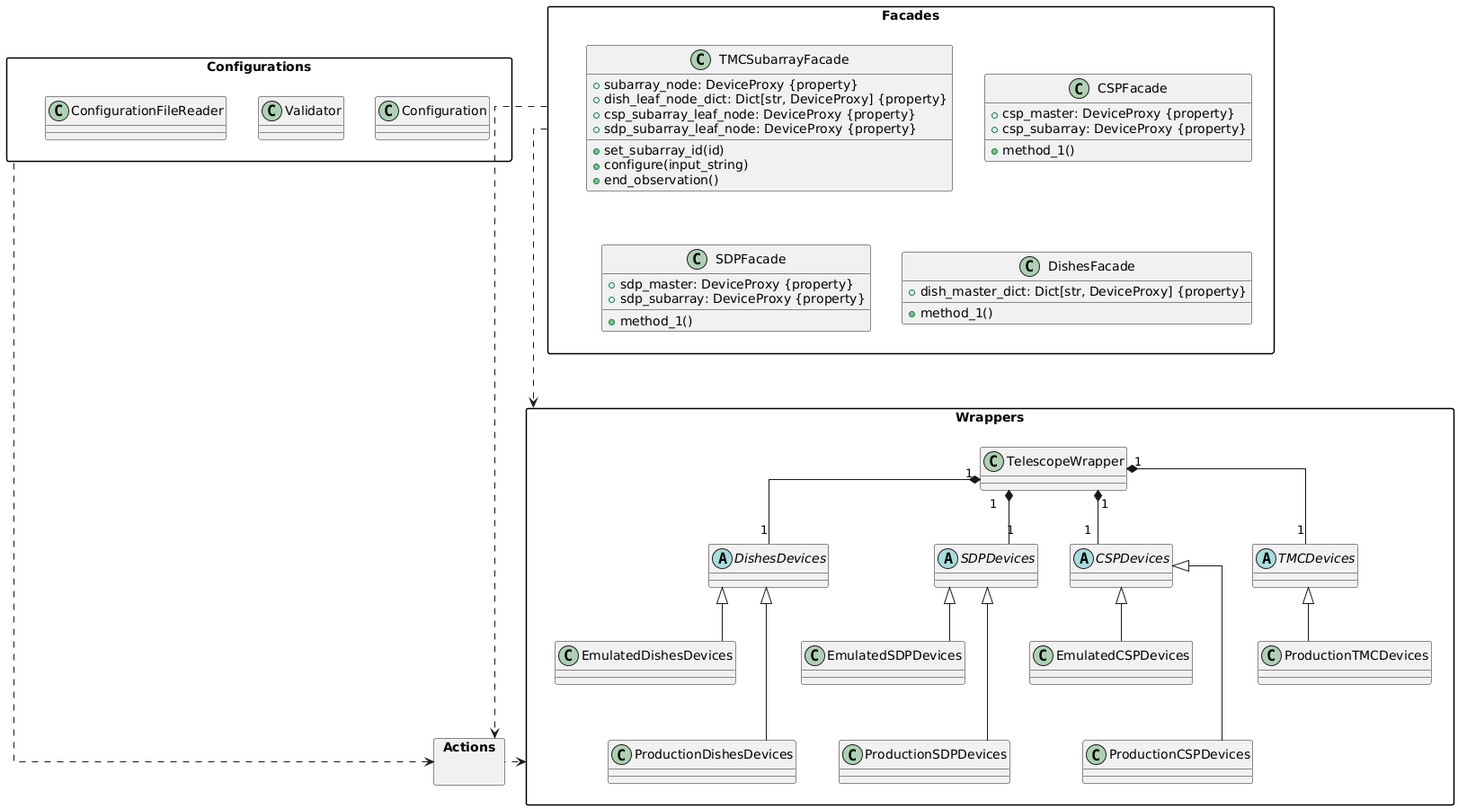
Earlier version of the PlantUML export src/ska_integration_test_harness/architecture-facades.png (ska-telescope/ska-integration-test-harness). Its diagram source:
```plantuml
@startuml

skinparam packageStyle rectangle
skinparam linetype ortho

top to bottom direction

package "Configurations" {
    class Configuration {
    }
    class Validator {}
    class ConfigurationFileReader {}
}


package "Facades" {
    class TMCSubarrayFacade {
        + subarray_node: DeviceProxy {property}
        + dish_leaf_node_dict: Dict[str, DeviceProxy] {property}
        + csp_subarray_leaf_node: DeviceProxy {property}
        + sdp_subarray_leaf_node: DeviceProxy {property}
        + set_subarray_id(id)
        + configure(input_string)
        + end_observation()
    }

    class CSPFacade {
        + csp_master: DeviceProxy {property}
        + csp_subarray: DeviceProxy {property}
        + method_1()
    }

    class SDPFacade {
        + sdp_master: DeviceProxy {property}
        + sdp_subarray: DeviceProxy {property}
        + method_1()
    }

    class DishesFacade {
        + dish_master_dict: Dict[str, DeviceProxy] {property}
        + method_1()
    }
}

Configuration -[hidden]right- Facades

package "Wrappers" {
    class TelescopeWrapper {
    }

    abstract class TMCDevices
    class ProductionTMCDevices
    abstract class CSPDevices
    class EmulatedCSPDevices
    class ProductionCSPDevices
    abstract class SDPDevices
    class EmulatedSDPDevices
    class ProductionSDPDevices
    abstract class DishesDevices
    class EmulatedDishesDevices
    class ProductionDishesDevices

    ProductionTMCDevices -up-|> TMCDevices
    EmulatedCSPDevices -up-|> CSPDevices
    ProductionCSPDevices -up-|> CSPDevices
    EmulatedSDPDevices -up-|> SDPDevices
    ProductionSDPDevices -up-|> SDPDevices
    EmulatedDishesDevices -up-|> DishesDevices
    ProductionDishesDevices -up-|> DishesDevices

    TelescopeWrapper "1" *-- "1" TMCDevices
    TelescopeWrapper "1" *-- "1" CSPDevices
    TelescopeWrapper "1" *-- "1" SDPDevices
    TelescopeWrapper "1" *-- "1" DishesDevices
}



package "Actions" {

}
"Wrappers" -[hidden]down--- Actions
Actions ..up..> Wrappers
"Facades" ..down..> Actions
"Configurations" ..down..> Actions

Facades -[hidden]down- "Wrappers"
Facades ..down..> "Wrappers"

EmulatedCSPDevices -[hidden]down- ProductionCSPDevices
EmulatedSDPDevices -[hidden]down- ProductionSDPDevices
EmulatedDishesDevices -[hidden]down- ProductionDishesDevices

@enduml
```
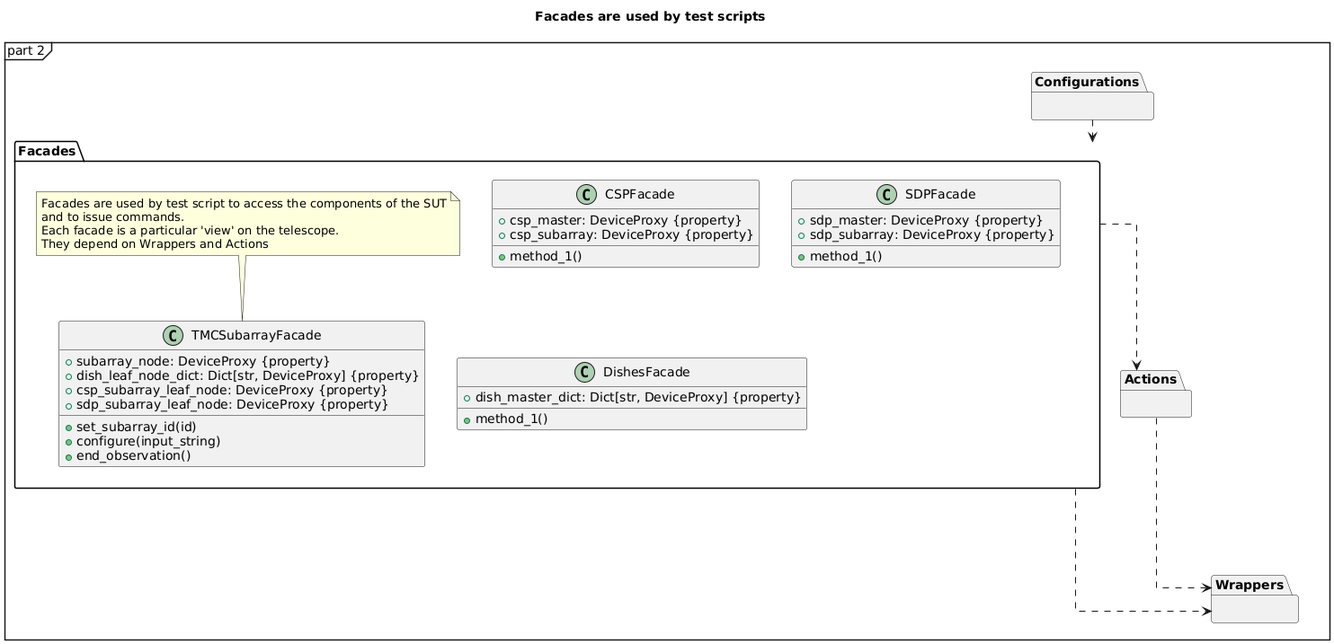
Above is the later version.

Commit message:
SP-4375: added architecture diagram on configurations

Change to the diagram source:
```diff
@@ -1,15 +1,12 @@
 @startuml
+mainframe part 2
+skinparam linetype ortho
 
-skinparam packageStyle rectangle
-skinparam linetype ortho
+title Facades are used by test scripts
 
 top to bottom direction
 
 package "Configurations" {
-    class Configuration {
-    }
-    class Validator {}
-    class ConfigurationFileReader {}
 }
 
 
@@ -23,6 +20,13 @@
         + configure(input_string)
         + end_observation()
     }
+
+    note top
+    Facades are used by test script to access the components of the SUT
+    and to issue commands.
+    Each facade is a particular 'view' on the telescope.
+    They depend on Wrappers and Actions
+    end note
 
     class CSPFacade {
         + csp_master: DeviceProxy {property}
@@ -42,36 +46,8 @@
     }
 }
 
-Configuration -[hidden]right- Facades
 
 package "Wrappers" {
-    class TelescopeWrapper {
-    }
-
-    abstract class TMCDevices
-    class ProductionTMCDevices
-    abstract class CSPDevices
-    class EmulatedCSPDevices
-    class ProductionCSPDevices
-    abstract class SDPDevices
-    class EmulatedSDPDevices
-    class ProductionSDPDevices
-    abstract class DishesDevices
-    class EmulatedDishesDevices
-    class ProductionDishesDevices
-
-    ProductionTMCDevices -up-|> TMCDevices
-    EmulatedCSPDevices -up-|> CSPDevices
-    ProductionCSPDevices -up-|> CSPDevices
-    EmulatedSDPDevices -up-|> SDPDevices
-    ProductionSDPDevices -up-|> SDPDevices
-    EmulatedDishesDevices -up-|> DishesDevices
-    ProductionDishesDevices -up-|> DishesDevices
-
-    TelescopeWrapper "1" *-- "1" TMCDevices
-    TelescopeWrapper "1" *-- "1" CSPDevices
-    TelescopeWrapper "1" *-- "1" SDPDevices
-    TelescopeWrapper "1" *-- "1" DishesDevices
 }
 
 
@@ -79,16 +55,12 @@
 package "Actions" {
 
 }
-"Wrappers" -[hidden]down--- Actions
-Actions ..up..> Wrappers
-"Facades" ..down..> Actions
-"Configurations" ..down..> Actions
+Actions ..right..> Wrappers
+"Facades" ..> Actions
+Configurations ..> Facades
 
 Facades -[hidden]down- "Wrappers"
 Facades ..down..> "Wrappers"
 
-EmulatedCSPDevices -[hidden]down- ProductionCSPDevices
-EmulatedSDPDevices -[hidden]down- ProductionSDPDevices
-EmulatedDishesDevices -[hidden]down- ProductionDishesDevices
 
 @enduml
```
